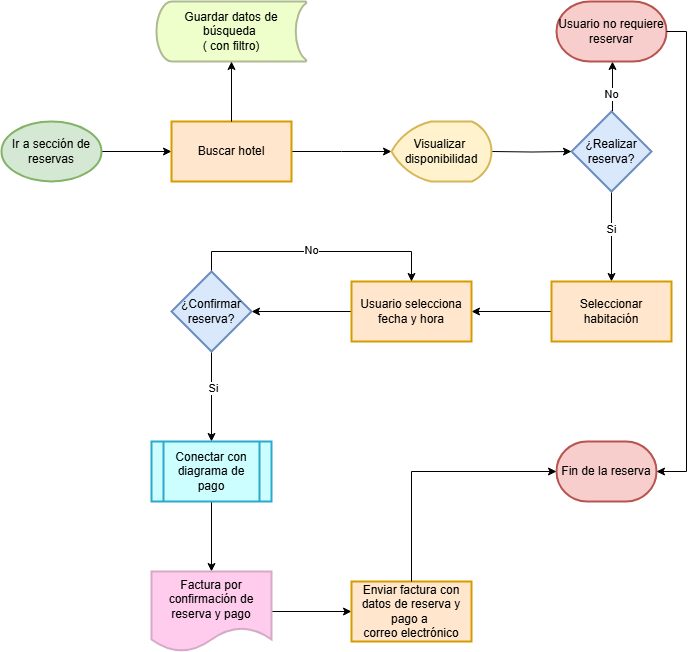
This is Flujograma de reserva de habitación.drawio.png from DjGuetta/App-Hotel-Management, a draw.io export, as it was before one commit. Source tidied: cells renumbered, new cells last; positions are measured from the earlier drawing's top-left corner, leaving out a move shared by most shapes.
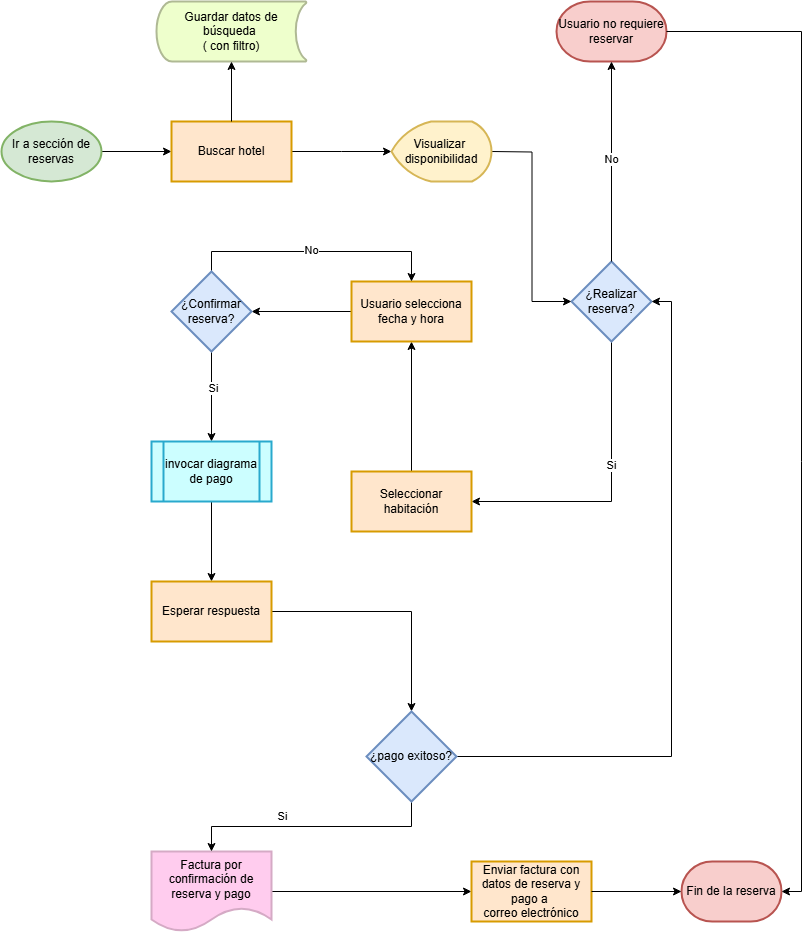
Above is the later version.

Change to the diagram source:
```diff
@@ -16,29 +16,24 @@
     <mxCell id="5" value="&lt;div style=&quot;text-align: start;&quot;&gt;&lt;span style=&quot;background-color: transparent; color: light-dark(rgb(0, 0, 0), rgb(255, 255, 255));&quot;&gt;Buscar hotel&lt;/span&gt;&lt;/div&gt;" style="whiteSpace=wrap;html=1;strokeWidth=2;fillColor=#ffe6cc;strokeColor=#d79b00;" parent="1" vertex="1">
       <mxGeometry x="170" y="120" width="120" height="60" as="geometry" />
     </mxCell>
-    <mxCell id="6" style="edgeStyle=orthogonalEdgeStyle;rounded=0;jettySize=auto;html=1;" parent="1" edge="1" source="10" target="12">
-      <mxGeometry relative="1" as="geometry" />
+    <mxCell id="6" style="edgeStyle=orthogonalEdgeStyle;rounded=0;jettySize=auto;html=1;entryX=1;entryY=0.5;entryDx=0;entryDy=0;" parent="1" edge="1" source="10" target="12">
+      <mxGeometry relative="1" as="geometry">
+        <Array as="points">
+          <mxPoint x="610" y="500" />
+        </Array>
+      </mxGeometry>
     </mxCell>
     <mxCell id="7" value="Si" style="edgeLabel;html=1;align=center;verticalAlign=middle;" parent="6" vertex="1">
       <mxGeometry x="-0.18" y="-1" relative="1" as="geometry" />
     </mxCell>
-    <mxCell id="8" style="edgeStyle=orthogonalEdgeStyle;rounded=0;orthogonalLoop=1;jettySize=auto;html=1;" parent="1" edge="1">
-      <mxGeometry relative="1" as="geometry">
-        <mxPoint x="611" y="110" as="sourcePoint" />
-        <mxPoint x="611" y="60" as="targetPoint" />
-      </mxGeometry>
-    </mxCell>
-    <mxCell id="9" value="No" style="edgeLabel;html=1;align=center;verticalAlign=middle;" parent="8" vertex="1">
-      <mxGeometry x="-0.3" y="2" relative="1" as="geometry" />
-    </mxCell>
     <mxCell id="10" value="¿Realizar reserva?" style="rhombus;whiteSpace=wrap;html=1;strokeWidth=2;fillColor=#dae8fc;strokeColor=#6c8ebf;" parent="1" vertex="1">
-      <mxGeometry x="570" y="110" width="80" height="80" as="geometry" />
+      <mxGeometry x="570" y="260" width="80" height="80" as="geometry" />
     </mxCell>
-    <mxCell id="11" style="edgeStyle=orthogonalEdgeStyle;rounded=0;jettySize=auto;html=1;exitX=0;exitY=0.5;exitDx=0;exitDy=0;entryX=1;entryY=0.5;entryDx=0;entryDy=0;" parent="1" edge="1" source="12" target="17">
+    <mxCell id="11" style="edgeStyle=orthogonalEdgeStyle;rounded=0;jettySize=auto;html=1;exitX=0.5;exitY=0;exitDx=0;exitDy=0;entryX=0.5;entryY=1;entryDx=0;entryDy=0;" parent="1" edge="1" source="12" target="17">
       <mxGeometry relative="1" as="geometry" />
     </mxCell>
     <mxCell id="12" value="Seleccionar habitación" style="whiteSpace=wrap;html=1;strokeWidth=2;fillColor=#ffe6cc;strokeColor=#d79b00;" parent="1" vertex="1">
-      <mxGeometry x="550" y="280" width="120" height="60" as="geometry" />
+      <mxGeometry x="350" y="470" width="120" height="60" as="geometry" />
     </mxCell>
     <mxCell id="13" value="Guardar datos de búsqueda&amp;nbsp;&lt;div&gt;( con filtro)&lt;/div&gt;" style="strokeWidth=2;html=1;shape=mxgraph.flowchart.stored_data;whiteSpace=wrap;fillColor=#EEFFCC;strokeColor=#AFB994;" parent="1" vertex="1">
       <mxGeometry x="155" width="150" height="60" as="geometry" />
@@ -80,25 +75,25 @@
     <mxCell id="23" value="¿Confirmar reserva?" style="rhombus;whiteSpace=wrap;html=1;strokeWidth=2;fillColor=#dae8fc;strokeColor=#6c8ebf;" parent="1" vertex="1">
       <mxGeometry x="170" y="270" width="80" height="80" as="geometry" />
     </mxCell>
-    <mxCell id="24" style="edgeStyle=orthogonalEdgeStyle;rounded=0;jettySize=auto;html=1;" parent="1" edge="1" source="25" target="28">
-      <mxGeometry relative="1" as="geometry" />
-    </mxCell>
+    <mxCell id="33" style="edgeStyle=orthogonalEdgeStyle;rounded=0;jettySize=auto;html=1;" parent="1" edge="1" source="25" target="35">
+      <mxGeometry relative="1" as="geometry" />
+    </mxCell>
-    <mxCell id="25" value="Conectar con diagrama de pago" style="shape=process;whiteSpace=wrap;html=1;backgroundOutline=1;strokeWidth=2;fillColor=#CCFEFF;strokeColor=#29A9CD;" parent="1" vertex="1">
+    <mxCell id="25" value="invocar diagrama de pago" style="shape=process;whiteSpace=wrap;html=1;backgroundOutline=1;strokeWidth=2;fillColor=#CCFEFF;strokeColor=#29A9CD;" parent="1" vertex="1">
       <mxGeometry x="150" y="440" width="120" height="60" as="geometry" />
     </mxCell>
     <mxCell id="26" value="Fin de la reserva" style="strokeWidth=2;html=1;shape=mxgraph.flowchart.terminator;whiteSpace=wrap;fillColor=#f8cecc;strokeColor=#b85450;" parent="1" vertex="1">
-      <mxGeometry x="555" y="440" width="100" height="60" as="geometry" />
+      <mxGeometry x="680" y="860" width="100" height="60" as="geometry" />
     </mxCell>
     <mxCell id="27" style="edgeStyle=orthogonalEdgeStyle;rounded=0;jettySize=auto;html=1;" parent="1" edge="1" source="28" target="29">
       <mxGeometry relative="1" as="geometry" />
     </mxCell>
     <mxCell id="28" value="Factura por confirmación de reserva y pago" style="shape=document;whiteSpace=wrap;html=1;boundedLbl=1;strokeWidth=2;fillColor=#FFCCEE;strokeColor=#D5AAC5;" parent="1" vertex="1">
-      <mxGeometry x="150" y="570" width="120" height="80" as="geometry" />
+      <mxGeometry x="150" y="850" width="120" height="80" as="geometry" />
     </mxCell>
     <mxCell id="29" value="Enviar factura con datos de reserva y pago a&amp;nbsp;&lt;div&gt;correo electrónico&lt;/div&gt;" style="whiteSpace=wrap;html=1;strokeWidth=2;fillColor=#ffe6cc;strokeColor=#d79b00;" parent="1" vertex="1">
-      <mxGeometry x="350" y="580" width="120" height="60" as="geometry" />
+      <mxGeometry x="470" y="860" width="120" height="60" as="geometry" />
     </mxCell>
-    <mxCell id="30" style="edgeStyle=orthogonalEdgeStyle;rounded=0;jettySize=auto;html=1;exitX=0.5;exitY=0;exitDx=0;exitDy=0;entryX=0;entryY=0.5;entryDx=0;entryDy=0;entryPerimeter=0;" parent="1" edge="1" source="29" target="26">
+    <mxCell id="30" style="edgeStyle=orthogonalEdgeStyle;rounded=0;jettySize=auto;html=1;exitX=1;exitY=0.5;exitDx=0;exitDy=0;entryX=0;entryY=0.5;entryDx=0;entryDy=0;entryPerimeter=0;" parent="1" edge="1" source="29" target="26">
       <mxGeometry relative="1" as="geometry" />
     </mxCell>
     <mxCell id="31" value="Visualizar&amp;nbsp;&lt;div&gt;disponibilidad&lt;/div&gt;" style="strokeWidth=2;html=1;shape=mxgraph.flowchart.display;whiteSpace=wrap;fillColor=#fff2cc;strokeColor=#d6b656;" parent="1" vertex="1">
@@ -107,5 +102,31 @@
     <mxCell id="32" style="edgeStyle=orthogonalEdgeStyle;rounded=0;jettySize=auto;html=1;exitX=1;exitY=0.5;exitDx=0;exitDy=0;exitPerimeter=0;entryX=1;entryY=0.5;entryDx=0;entryDy=0;entryPerimeter=0;" parent="1" edge="1" source="15" target="26">
       <mxGeometry relative="1" as="geometry" />
     </mxCell>
+    <mxCell id="34" style="edgeStyle=orthogonalEdgeStyle;rounded=0;jettySize=auto;html=1;" parent="1" edge="1" source="35" target="39">
+      <mxGeometry relative="1" as="geometry" />
+    </mxCell>
+    <mxCell id="35" value="Esperar respuesta" style="whiteSpace=wrap;html=1;fillColor=#ffe6cc;strokeColor=#d79b00;strokeWidth=2;" parent="1" vertex="1">
+      <mxGeometry x="150" y="580" width="120" height="60" as="geometry" />
+    </mxCell>
+    <mxCell id="36" style="edgeStyle=orthogonalEdgeStyle;rounded=0;jettySize=auto;html=1;exitX=0.5;exitY=1;exitDx=0;exitDy=0;entryX=0.5;entryY=0;entryDx=0;entryDy=0;" parent="1" edge="1" source="39" target="28">
+      <mxGeometry relative="1" as="geometry" />
+    </mxCell>
+    <mxCell id="37" value="Si" style="edgeLabel;html=1;align=center;verticalAlign=middle;" parent="36" vertex="1">
+      <mxGeometry x="0.24" y="-2" relative="1" as="geometry">
+        <mxPoint y="-9" as="offset" />
+      </mxGeometry>
+    </mxCell>
+    <mxCell id="38" style="edgeStyle=orthogonalEdgeStyle;rounded=0;jettySize=auto;html=1;exitX=1;exitY=0.5;exitDx=0;exitDy=0;entryX=1;entryY=0.5;entryDx=0;entryDy=0;" parent="1" edge="1" source="39" target="10">
+      <mxGeometry relative="1" as="geometry" />
+    </mxCell>
+    <mxCell id="39" value="¿pago exitoso?" style="rhombus;whiteSpace=wrap;html=1;fillColor=#dae8fc;strokeColor=#6c8ebf;strokeWidth=2;" parent="1" vertex="1">
+      <mxGeometry x="365" y="710" width="90" height="90" as="geometry" />
+    </mxCell>
+    <mxCell id="40" style="edgeStyle=orthogonalEdgeStyle;rounded=0;jettySize=auto;html=1;exitX=0.5;exitY=0;exitDx=0;exitDy=0;entryX=0.5;entryY=1;entryDx=0;entryDy=0;entryPerimeter=0;" parent="1" edge="1" source="10" target="15">
+      <mxGeometry relative="1" as="geometry" />
+    </mxCell>
+    <mxCell id="9" value="No" style="edgeLabel;html=1;align=center;verticalAlign=middle;" parent="40" vertex="1">
+      <mxGeometry x="0.03" y="1" relative="1" as="geometry" />
+    </mxCell>
   </root>
 </mxGraphModel>
```
